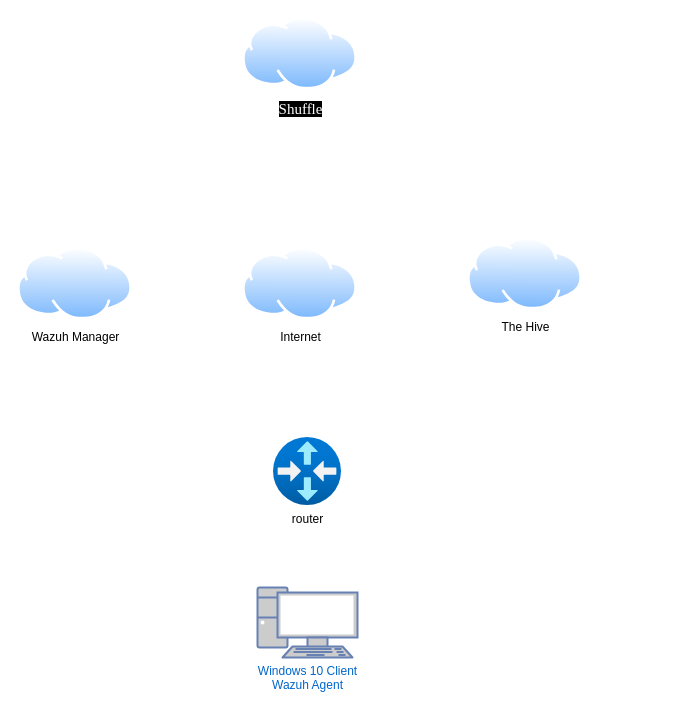
Earlier version of the draw.io diagram Untitled Diagram.drawio (MonadoSlash/phase-0-pac-3-intro-to-functions). Source tidied: cells renumbered, new cells numbered last; positions are measured from the earlier drawing's top-left corner, leaving out a move shared by most shapes. Both pictures are drawn from the tidied source at 100%, with x=0, y=0 at pixel (17, 17).
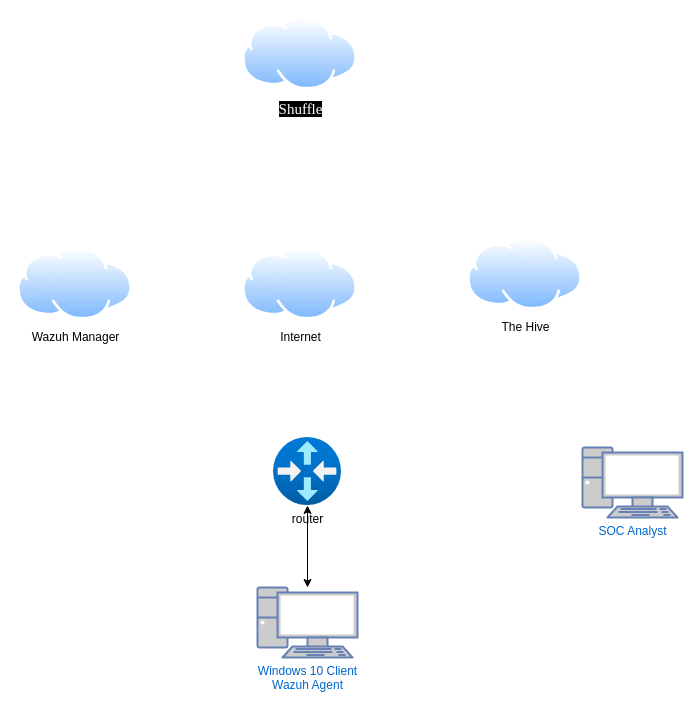
The same diagram, later.

The edit, as a diff of the source:
```diff
@@
 <mxGraphModel>
   <root>
     <mxCell id="0" />
     <mxCell id="1" parent="0" />
     <mxCell id="2" value="Windows 10 Client&lt;div&gt;Wazuh Agent&lt;/div&gt;&lt;div&gt;&lt;br&gt;&lt;/div&gt;" style="fontColor=#0066CC;verticalAlign=top;verticalLabelPosition=bottom;labelPosition=center;align=center;html=1;outlineConnect=0;fillColor=#CCCCCC;strokeColor=#6881B3;gradientColor=none;gradientDirection=north;strokeWidth=2;shape=mxgraph.networks.pc;" parent="1" vertex="1">
       <mxGeometry x="240" y="570" width="100" height="70" as="geometry" />
     </mxCell>
     <mxCell id="3" value="router&lt;div&gt;&lt;br&gt;&lt;/div&gt;" style="image;html=1;points=[];align=center;fontSize=12;image=img/lib/azure2/networking/Virtual_Router.svg;" parent="1" vertex="1">
       <mxGeometry x="256" y="420" width="68" height="68" as="geometry" />
     </mxCell>
     <mxCell id="4" value="Internet&lt;div&gt;&lt;br&gt;&lt;/div&gt;" style="image;perimeter=ellipsePerimeter;html=1;align=center;shadow=0;dashed=0;spacingTop=3;image=img/lib/active_directory/internet_cloud.svg;" parent="1" vertex="1">
       <mxGeometry x="225" y="230" width="115" height="72.5" as="geometry" />
     </mxCell>
     <mxCell id="5" value="&lt;div style=&quot;text-align: start;&quot;&gt;The Hive&lt;/div&gt;" style="image;perimeter=ellipsePerimeter;html=1;align=center;shadow=0;dashed=0;spacingTop=3;image=img/lib/active_directory/internet_cloud.svg;" parent="1" vertex="1">
       <mxGeometry x="450" y="220" width="115" height="72.5" as="geometry" />
     </mxCell>
     <mxCell id="6" value="&lt;div style=&quot;text-align: start;&quot;&gt;Wazuh Manager&lt;/div&gt;&lt;div style=&quot;text-align: start;&quot;&gt;&lt;br&gt;&lt;/div&gt;" style="image;perimeter=ellipsePerimeter;html=1;align=center;shadow=0;dashed=0;spacingTop=3;image=img/lib/active_directory/internet_cloud.svg;" parent="1" vertex="1">
       <mxGeometry y="230" width="115" height="72.5" as="geometry" />
     </mxCell>
     <mxCell id="7" value="&lt;div style=&quot;text-align: start;&quot;&gt;&lt;font face=&quot;Times&quot; color=&quot;#ffffff&quot;&gt;&lt;span style=&quot;font-size: 15px; white-space: pre-wrap; background-color: rgb(0, 0, 0);&quot;&gt;Shuffle&lt;/span&gt;&lt;/font&gt;&lt;/div&gt;" style="image;perimeter=ellipsePerimeter;html=1;align=center;shadow=0;dashed=0;spacingTop=3;image=img/lib/active_directory/internet_cloud.svg;" parent="1" vertex="1">
       <mxGeometry x="225" width="115" height="72.5" as="geometry" />
     </mxCell>
+    <mxCell id="8" value="SOC Analyst&lt;div&gt;&lt;br&gt;&lt;/div&gt;" style="fontColor=#0066CC;verticalAlign=top;verticalLabelPosition=bottom;labelPosition=center;align=center;html=1;fillColor=#CCCCCC;strokeColor=#6881B3;gradientColor=none;gradientDirection=north;strokeWidth=2;shape=mxgraph.networks.pc;" parent="1" vertex="1">
+      <mxGeometry x="565" y="430" width="100" height="70" as="geometry" />
+    </mxCell>
+    <mxCell id="9" style="endArrow=classic;startArrow=classic;html=1;rounded=0;" parent="1" edge="1" source="2" target="3">
+      <mxGeometry relative="1" as="geometry" />
+    </mxCell>
   </root>
 </mxGraphModel>
```
